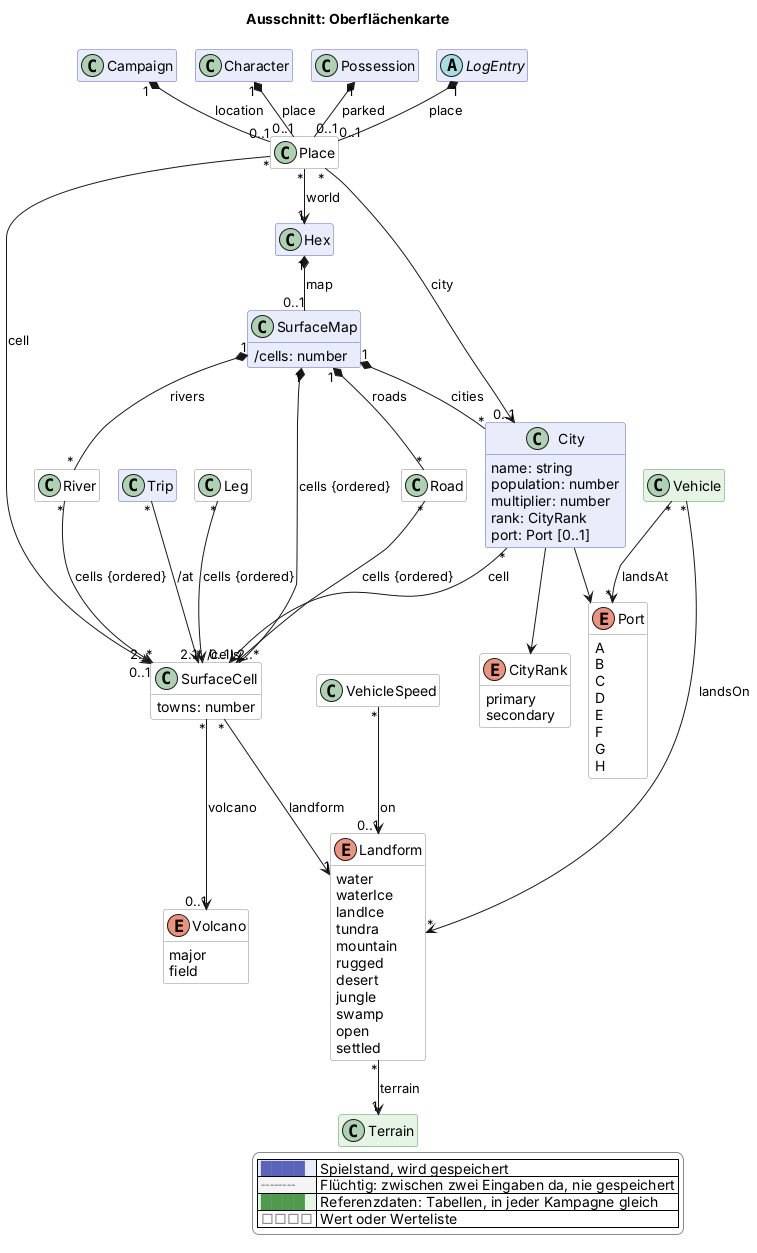
Earlier version of the PlantUML export docs/views/oberflaeche.png (scuzzar/SRE).
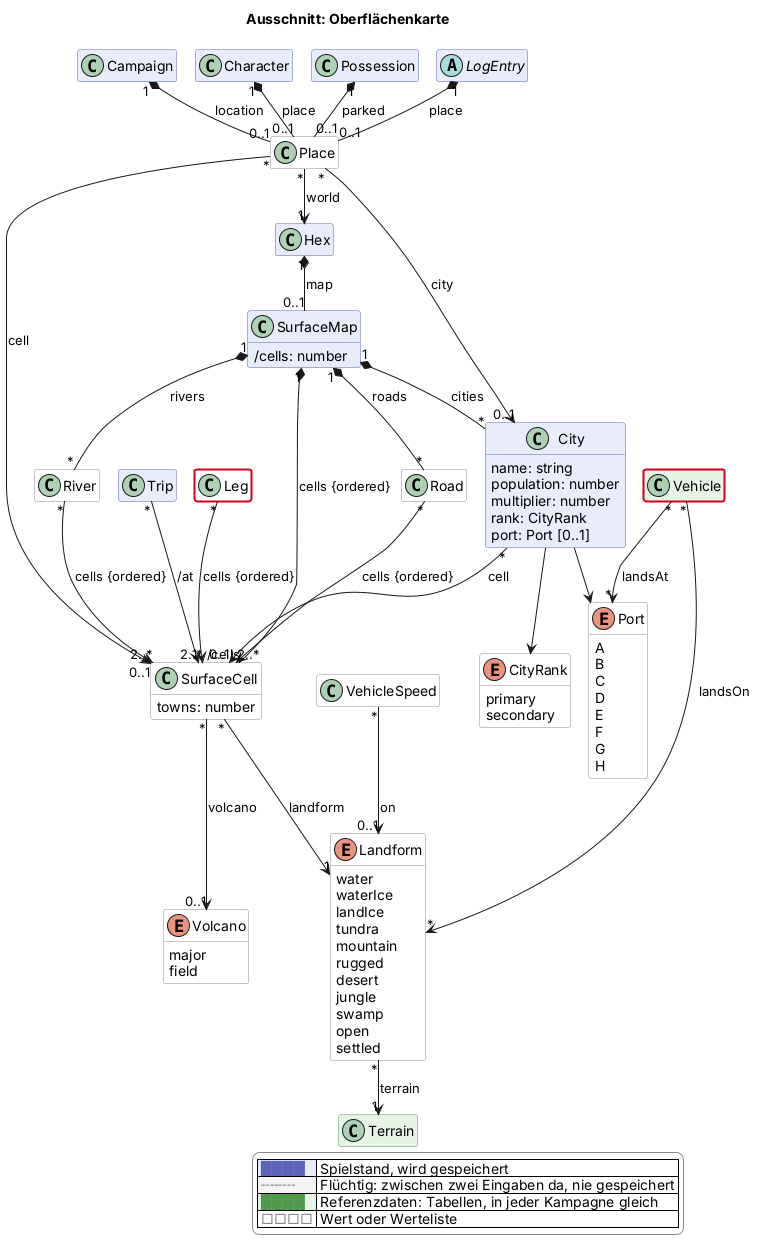
The same diagram one commit later.

Change to the diagram source:
```diff
@@ -177,4 +177,6 @@
   |<#e6f4e6> <color:#4f9a4f>████</color> | Referenzdaten: Tabellen, in jeder Kampagne gleich |
   |<#ffffff> <color:#8a8a8a>□□□□</color> | Wert oder Werteliste |
 endlegend
+class Vehicle #line:d0021b;line.bold
+class Leg #line:d0021b;line.bold
 @enduml
```
